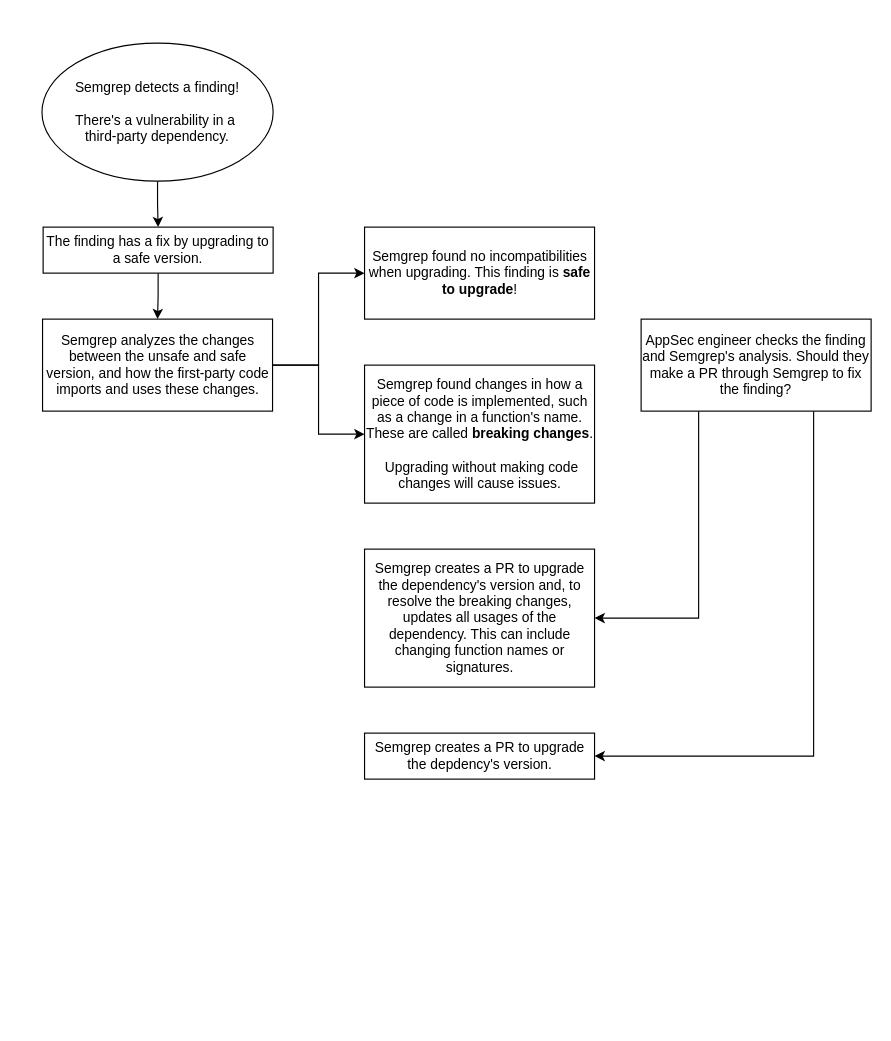
Earlier version of the draw.io diagram upgrade-guidance.drawio (s-santillan/semgrep-docs-diagrams). Source tidied: cells renumbered, new cells numbered last; positions are measured from the earlier drawing's top-left corner, leaving out a move shared by most shapes. Both pictures are drawn from the tidied source at 115%, with x=0, y=0 at pixel (41, 43).
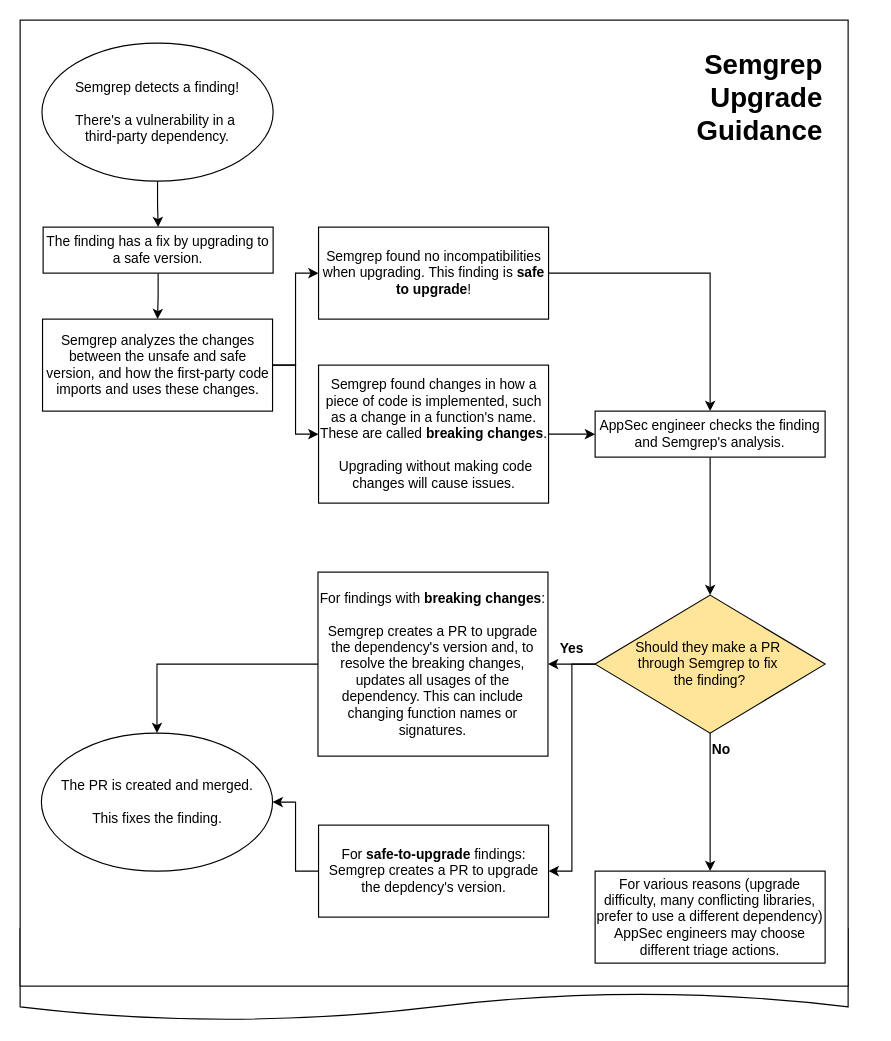
The same page after the edit.

The edit, as a diff of the source:
```diff
@@
+    <mxCell id="16" style="shape=document;whiteSpace=wrap;html=1;boundedLbl=1;strokeColor=default;" parent="1" vertex="1">
+      <mxGeometry x="-19" y="770" width="720" height="80" as="geometry" />
+    </mxCell>
+    <mxCell id="17" style="rounded=0;whiteSpace=wrap;html=1;" parent="1" vertex="1">
+      <mxGeometry x="-19" y="-20" width="720" height="840" as="geometry" />
+    </mxCell>
@@
+    <mxCell id="18" style="edgeStyle=orthogonalEdgeStyle;rounded=0;jettySize=auto;html=1;entryX=0.5;entryY=0;entryDx=0;entryDy=0;" parent="1" edge="1" source="9" target="15">
+      <mxGeometry relative="1" as="geometry" />
+    </mxCell>
     <mxCell id="9" value="Semgrep found no incompatibilities when upgrading. This finding is &lt;b&gt;safe to upgrade&lt;/b&gt;!" style="rounded=0;whiteSpace=wrap;html=1;" parent="1" vertex="1">
-      <mxGeometry x="280.5" y="160" width="200" height="80" as="geometry" />
+      <mxGeometry x="240.5" y="160" width="200" height="80" as="geometry" />
     </mxCell>
+    <mxCell id="19" style="edgeStyle=orthogonalEdgeStyle;rounded=0;jettySize=auto;html=1;" parent="1" edge="1" source="10" target="15">
+      <mxGeometry relative="1" as="geometry" />
+    </mxCell>
     <mxCell id="10" value="Semgrep found changes in how a piece of code is implemented, such as a change in a function's name. These are called &lt;b&gt;breaking changes&lt;/b&gt;.&lt;div&gt;&lt;br&gt;&lt;/div&gt;&lt;div&gt;&amp;nbsp;Upgrading without making code changes will cause issues.&lt;/div&gt;" style="rounded=0;whiteSpace=wrap;html=1;" parent="1" vertex="1">
-      <mxGeometry x="280.5" y="280" width="200" height="120" as="geometry" />
+      <mxGeometry x="240.5" y="280" width="200" height="120" as="geometry" />
     </mxCell>
+    <mxCell id="20" style="edgeStyle=orthogonalEdgeStyle;rounded=0;jettySize=auto;html=1;entryX=1;entryY=0.5;entryDx=0;entryDy=0;" parent="1" edge="1" source="11" target="30">
+      <mxGeometry relative="1" as="geometry" />
+    </mxCell>
-    <mxCell id="11" value="Semgrep creates a PR to upgrade the depdency's version." style="rounded=0;whiteSpace=wrap;html=1;" parent="1" vertex="1">
-      <mxGeometry x="280.5" y="600" width="200" height="40" as="geometry" />
+    <mxCell id="11" value="For&lt;b&gt; safe-to-upgrade &lt;/b&gt;findings:&lt;br&gt;Semgrep creates a PR to upgrade the depdency's version." style="rounded=0;whiteSpace=wrap;html=1;" parent="1" vertex="1">
+      <mxGeometry x="240.5" y="680" width="200" height="80" as="geometry" />
     </mxCell>
+    <mxCell id="21" style="edgeStyle=orthogonalEdgeStyle;rounded=0;jettySize=auto;html=1;entryX=0.5;entryY=0;entryDx=0;entryDy=0;" parent="1" edge="1" source="12" target="30">
+      <mxGeometry relative="1" as="geometry" />
+    </mxCell>
-    <mxCell id="12" value="Semgrep creates a PR to upgrade the dependency's version and, to resolve the breaking changes, updates all usages of the dependency. This can include changing function names or signatures." style="rounded=0;whiteSpace=wrap;html=1;" parent="1" vertex="1">
-      <mxGeometry x="280.5" y="440" width="200" height="120" as="geometry" />
+    <mxCell id="12" value="For findings with &lt;b&gt;breaking changes&lt;/b&gt;:&lt;br&gt;&lt;br&gt;Semgrep creates a PR to upgrade the dependency's version and, to resolve the breaking changes, updates all usages of the dependency. This can include changing function names or signatures." style="rounded=0;whiteSpace=wrap;html=1;" parent="1" vertex="1">
+      <mxGeometry x="240" y="460" width="200" height="160" as="geometry" />
     </mxCell>
-    <mxCell id="13" style="edgeStyle=orthogonalEdgeStyle;rounded=0;jettySize=auto;html=1;exitX=0.25;exitY=1;exitDx=0;exitDy=0;entryX=1;entryY=0.5;entryDx=0;entryDy=0;" parent="1" edge="1" source="15" target="12">
-      <mxGeometry relative="1" as="geometry" />
-    </mxCell>
-    <mxCell id="14" style="edgeStyle=orthogonalEdgeStyle;rounded=0;jettySize=auto;html=1;entryX=1;entryY=0.5;entryDx=0;entryDy=0;exitX=0.75;exitY=1;exitDx=0;exitDy=0;" parent="1" edge="1" source="15" target="11">
-      <mxGeometry relative="1" as="geometry" />
-    </mxCell>
+    <mxCell id="22" style="edgeStyle=orthogonalEdgeStyle;rounded=0;jettySize=auto;html=1;entryX=0.5;entryY=0;entryDx=0;entryDy=0;" parent="1" edge="1" source="15" target="26">
+      <mxGeometry relative="1" as="geometry" />
+    </mxCell>
-    <mxCell id="15" value="AppSec engineer checks the finding and Semgrep's analysis. Should they make a PR through Semgrep to fix the finding?" style="rounded=0;whiteSpace=wrap;html=1;" parent="1" vertex="1">
-      <mxGeometry x="521" y="240" width="200" height="80" as="geometry" />
+    <mxCell id="15" value="AppSec engineer checks the finding and Semgrep's analysis." style="rounded=0;whiteSpace=wrap;html=1;" parent="1" vertex="1">
+      <mxGeometry x="481" y="320" width="200" height="40" as="geometry" />
     </mxCell>
+    <mxCell id="23" style="edgeStyle=orthogonalEdgeStyle;rounded=0;jettySize=auto;html=1;" parent="1" edge="1" source="26" target="12">
+      <mxGeometry relative="1" as="geometry" />
+    </mxCell>
+    <mxCell id="24" style="edgeStyle=orthogonalEdgeStyle;rounded=0;jettySize=auto;html=1;entryX=1;entryY=0.5;entryDx=0;entryDy=0;" parent="1" edge="1" source="26" target="11">
+      <mxGeometry relative="1" as="geometry" />
+    </mxCell>
+    <mxCell id="25" style="edgeStyle=orthogonalEdgeStyle;rounded=0;jettySize=auto;html=1;" parent="1" edge="1" source="26" target="27">
+      <mxGeometry relative="1" as="geometry" />
+    </mxCell>
+    <mxCell id="26" value="Should they make a PR&amp;nbsp;&lt;div&gt;through Semgrep to fix&amp;nbsp;&lt;/div&gt;&lt;div&gt;the finding?&lt;/div&gt;" style="rhombus;whiteSpace=wrap;html=1;fillColor=light-dark(#FFE599,var(--ge-dark-color, #121212));" parent="1" vertex="1">
+      <mxGeometry x="481" y="480" width="200" height="120" as="geometry" />
+    </mxCell>
+    <mxCell id="27" value="For various reasons (upgrade difficulty, many conflicting libraries, prefer to use a different dependency) AppSec engineers may choose different triage actions." style="whiteSpace=wrap;html=1;" parent="1" vertex="1">
+      <mxGeometry x="481" y="720" width="200" height="80" as="geometry" />
+    </mxCell>
+    <mxCell id="28" value="&lt;b&gt;Yes&lt;/b&gt;" style="text;html=1;align=center;verticalAlign=middle;whiteSpace=wrap;rounded=0;" parent="1" vertex="1">
+      <mxGeometry x="431" y="512" width="60" height="30" as="geometry" />
+    </mxCell>
+    <mxCell id="29" value="No" style="text;html=1;align=center;verticalAlign=middle;whiteSpace=wrap;rounded=0;fontStyle=1;" parent="1" vertex="1">
+      <mxGeometry x="561" y="600" width="60" height="30" as="geometry" />
+    </mxCell>
+    <mxCell id="30" value="The PR is created and merged.&lt;br&gt;&lt;br&gt;This fixes the finding." style="ellipse;whiteSpace=wrap;html=1;" parent="1" vertex="1">
+      <mxGeometry x="-0.5" y="600" width="201" height="120" as="geometry" />
+    </mxCell>
+    <mxCell id="31" value="&lt;font style=&quot;font-size: 24px;&quot;&gt;Semgrep Upgrade Guidance&lt;/font&gt;" style="text;html=1;align=right;verticalAlign=middle;whiteSpace=wrap;rounded=0;fontStyle=1;" parent="1" vertex="1">
+      <mxGeometry x="531" width="150" height="95" as="geometry" />
+    </mxCell>
```
